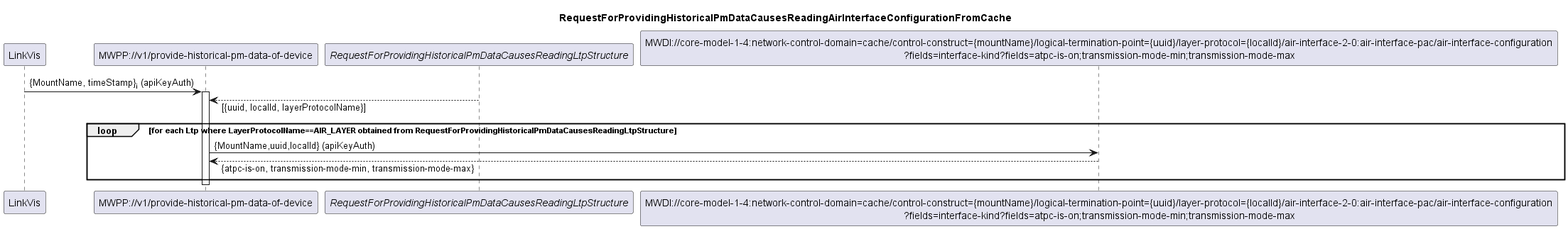
Above: spec/diagrams/003_ReadingAirInterfaceConfigurationFromCache.png in openBackhaul/MicroWavePerformanceProxy (PlantUML), before the change.
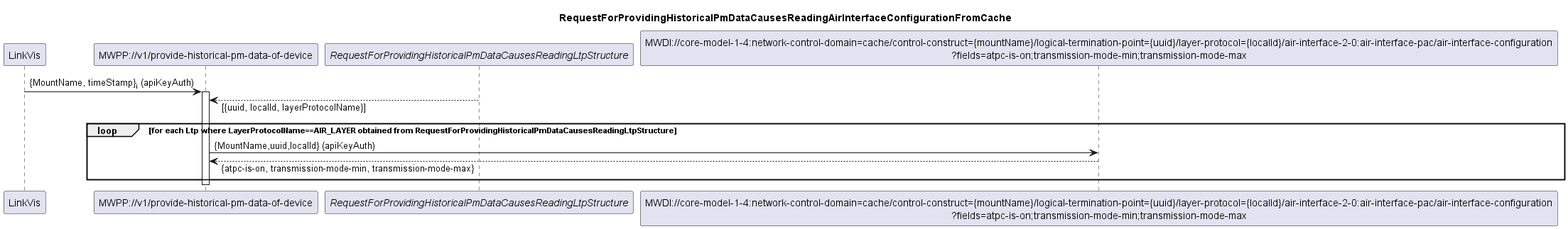
Above is the later version.

What changed in the source:
```diff
@@ -8,7 +8,7 @@
 participant "LinkVis" as LinkVis
 participant "MWPP://v1/provide-historical-pm-data-of-device" as MWPP
 participant "<i>RequestForProvidingHistoricalPmDataCausesReadingLtpStructure</i>" as LTPs
-participant "MWDI://core-model-1-4:network-control-domain=cache/control-construct={mountName}/logical-termination-point={uuid}/layer-protocol={localId}/air-interface-2-0:air-interface-pac/air-interface-configuration\n?fields=interface-kind?fields=atpc-is-on;transmission-mode-min;transmission-mode-max" as AirInterfaceConfig
+participant "MWDI://core-model-1-4:network-control-domain=cache/control-construct={mountName}/logical-termination-point={uuid}/layer-protocol={localId}/air-interface-2-0:air-interface-pac/air-interface-configuration\n?fields=atpc-is-on;transmission-mode-min;transmission-mode-max" as AirInterfaceConfig
 
 LinkVis -> MWPP: {MountName, timeStamp}<sub>i</sub> (apiKeyAuth)
 activate MWPP
```
